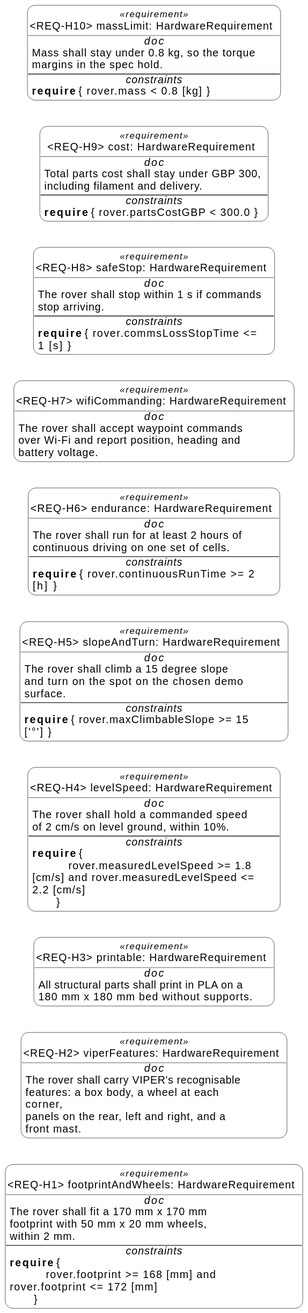
theonlyallana/lunar-road-mbse keeps this PlantUML diagram as diagrams/hardwareRequirements.svg. Above is the earlier version.
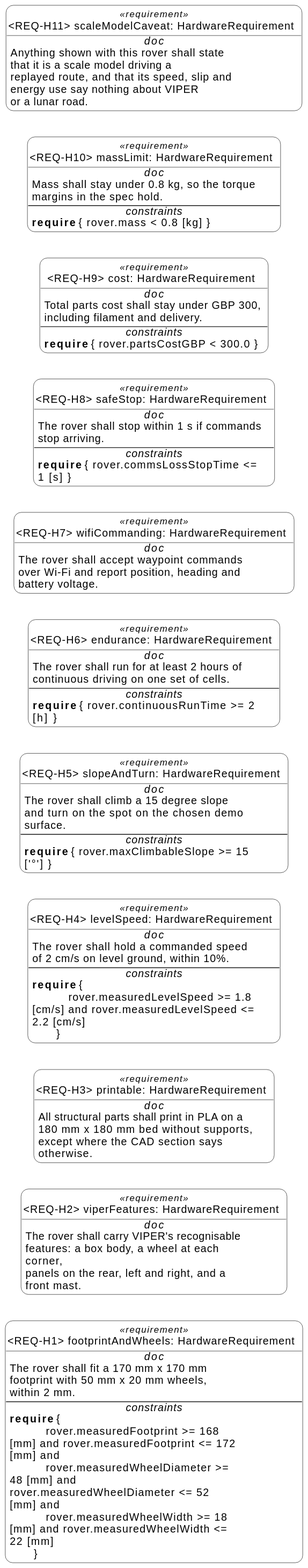
The same diagram one commit later.

What changed in the source:
```diff
@@ -5,65 +5,69 @@
 hide circle
 left to right direction
 
-comp usage "~<REQ-H1> footprintAndWheels: HardwareRequirement  " as E1  <<(T,blue) requirement>> [[psysml:41b4d997-a2de-4315-b8c1-27aa9d46a747 ]] {
+comp usage "~<REQ-H1> footprintAndWheels: HardwareRequirement  " as E1  <<(T,blue) requirement>> [[psysml:58ec5613-c162-4d05-821c-c263bc192445 ]] {
 ##//doc//##
 The rover shall fit a 170 mm x 170 mm footprint with 50 mm x 20 mm wheels, within 2 mm.
 --
 ##//constraints//##
-<b>require</b> {\n            rover.footprint ><U+003D> 168 [mm] and rover.footprint <U+003C><U+003D> 172 [mm]\n        }
+<b>require</b> {\n            rover.measuredFootprint ><U+003D> 168 [mm] and rover.measuredFootprint <U+003C><U+003D> 172 [mm] and\n            rover.measuredWheelDiameter ><U+003D> 48 [mm] and rover.measuredWheelDiameter <U+003C><U+003D> 52 [mm] and\n            rover.measuredWheelWidth ><U+003D> 18 [mm] and rover.measuredWheelWidth <U+003C><U+003D> 22 [mm]\n        }
 }
-comp usage "~<REQ-H2> viperFeatures: HardwareRequirement  " as E2  <<(T,blue) requirement>> [[psysml:d887a182-be09-4557-a49a-d86bcd1bfe0d ]] {
+comp usage "~<REQ-H2> viperFeatures: HardwareRequirement  " as E2  <<(T,blue) requirement>> [[psysml:06779d3f-506f-4b70-b39b-28c1bd225b61 ]] {
 ##//doc//##
 The rover shall carry VIPER<U+0027>s recognisable features: a box body, a wheel at each corner,\npanels on the rear, left and right, and a front mast.
 }
-comp usage "~<REQ-H3> printable: HardwareRequirement  " as E3  <<(T,blue) requirement>> [[psysml:5053451d-f41b-4a46-8943-41500b8906f9 ]] {
+comp usage "~<REQ-H3> printable: HardwareRequirement  " as E3  <<(T,blue) requirement>> [[psysml:e7cec47a-d0ad-4890-8d3c-9da77a5c3472 ]] {
 ##//doc//##
-All structural parts shall print in PLA on a 180 mm x 180 mm bed without supports.
+All structural parts shall print in PLA on a 180 mm x 180 mm bed without supports,\nexcept where the CAD section says otherwise.
 }
-comp usage "~<REQ-H4> levelSpeed: HardwareRequirement  " as E4  <<(T,blue) requirement>> [[psysml:1dc6dbb9-086c-4797-8f7f-52a13a1a596a ]] {
+comp usage "~<REQ-H4> levelSpeed: HardwareRequirement  " as E4  <<(T,blue) requirement>> [[psysml:f868a122-a105-4bb1-80de-f93d66c8a86d ]] {
 ##//doc//##
 The rover shall hold a commanded speed of 2 cm<U+002F>s on level ground, within 10%.
 --
 ##//constraints//##
 <b>require</b> {\n            rover.measuredLevelSpeed ><U+003D> 1.8 [cm<U+002F>s] and rover.measuredLevelSpeed <U+003C><U+003D> 2.2 [cm<U+002F>s]\n        }
 }
-comp usage "~<REQ-H5> slopeAndTurn: HardwareRequirement  " as E5  <<(T,blue) requirement>> [[psysml:43a457ce-dd55-460f-949c-2cb808c01a6e ]] {
+comp usage "~<REQ-H5> slopeAndTurn: HardwareRequirement  " as E5  <<(T,blue) requirement>> [[psysml:81187537-5350-4f5a-8151-5d29aad37f3d ]] {
 ##//doc//##
 The rover shall climb a 15 degree slope and turn on the spot on the chosen demo surface.
 --
 ##//constraints//##
 <b>require</b> { rover.maxClimbableSlope ><U+003D> 15 [<U+0027>°<U+0027>] }
 }
-comp usage "~<REQ-H6> endurance: HardwareRequirement  " as E6  <<(T,blue) requirement>> [[psysml:595c05ba-7050-42b2-8017-3a1fdd301efd ]] {
+comp usage "~<REQ-H6> endurance: HardwareRequirement  " as E6  <<(T,blue) requirement>> [[psysml:3cef1d5d-68e5-439b-afc4-e0e44dae25b9 ]] {
 ##//doc//##
 The rover shall run for at least 2 hours of continuous driving on one set of cells.
 --
 ##//constraints//##
 <b>require</b> { rover.continuousRunTime ><U+003D> 2 [h] }
 }
-comp usage "~<REQ-H7> wifiCommanding: HardwareRequirement  " as E7  <<(T,blue) requirement>> [[psysml:b3261dcc-b288-47ef-9b2a-5d396d3d1801 ]] {
+comp usage "~<REQ-H7> wifiCommanding: HardwareRequirement  " as E7  <<(T,blue) requirement>> [[psysml:12e26240-335f-462d-ba26-a21955d1fc38 ]] {
 ##//doc//##
 The rover shall accept waypoint commands over Wi<U+002D>Fi and report position, heading and\nbattery voltage.
 }
-comp usage "~<REQ-H8> safeStop: HardwareRequirement  " as E8  <<(T,blue) requirement>> [[psysml:71477a98-32c6-4f49-a4ce-9f891128ad1f ]] {
+comp usage "~<REQ-H8> safeStop: HardwareRequirement  " as E8  <<(T,blue) requirement>> [[psysml:07b4e8fc-5e80-4bf6-abcb-c423b5d22cad ]] {
 ##//doc//##
 The rover shall stop within 1 s if commands stop arriving.
 --
 ##//constraints//##
 <b>require</b> { rover.commsLossStopTime <U+003C><U+003D> 1 [s] }
 }
-comp usage "~<REQ-H9> cost: HardwareRequirement  " as E9  <<(T,blue) requirement>> [[psysml:5d39063c-1825-4845-bdcb-d079cfa2949e ]] {
+comp usage "~<REQ-H9> cost: HardwareRequirement  " as E9  <<(T,blue) requirement>> [[psysml:92f8befd-44d1-4dbf-8857-20748a37861e ]] {
 ##//doc//##
 Total parts cost shall stay under GBP 300, including filament and delivery.
 --
 ##//constraints//##
 <b>require</b> { rover.partsCostGBP <U+003C> 300.0 }
 }
-comp usage "~<REQ-H10> massLimit: HardwareRequirement  " as E10  <<(T,blue) requirement>> [[psysml:a120c032-bdc6-4b9b-9902-600ff79f20f7 ]] {
+comp usage "~<REQ-H10> massLimit: HardwareRequirement  " as E10  <<(T,blue) requirement>> [[psysml:ec93f1b0-a849-4870-8191-9252fa41fe2a ]] {
 ##//doc//##
 Mass shall stay under 0.8 kg, so the torque margins in the spec hold.
 --
 ##//constraints//##
 <b>require</b> { rover.mass <U+003C> 0.8 [kg] }
 }
+comp usage "~<REQ-H11> scaleModelCaveat: HardwareRequirement  " as E11  <<(T,blue) requirement>> [[psysml:c0f5e0df-0377-404e-947b-c4881d6e1675 ]] {
+##//doc//##
+Anything shown with this rover shall state that it is a scale model driving a\nreplayed route, and that its speed, slip and energy use say nothing about VIPER\nor a lunar road.
+}
 @enduml
```
